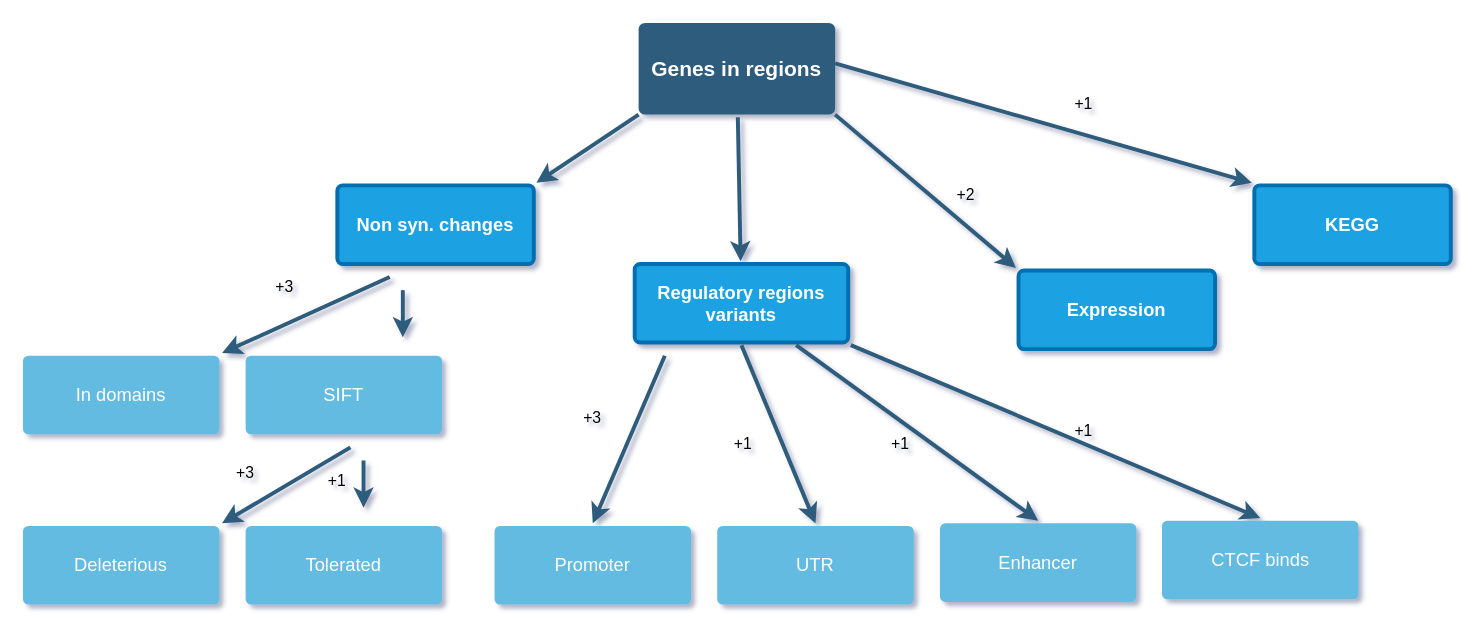
The draw.io diagram CandidateGenes/Untitled Diagram.drawio in ManuelDelpero/AIL_BFMIS1xBFMIS2, before the edit. Source tidied: cells renumbered, new cells numbered last; positions are measured from the earlier drawing's top-left corner, leaving out a move shared by most shapes. Both pictures are drawn from the tidied source at 131%, with x=0, y=0 at pixel (22, 22).
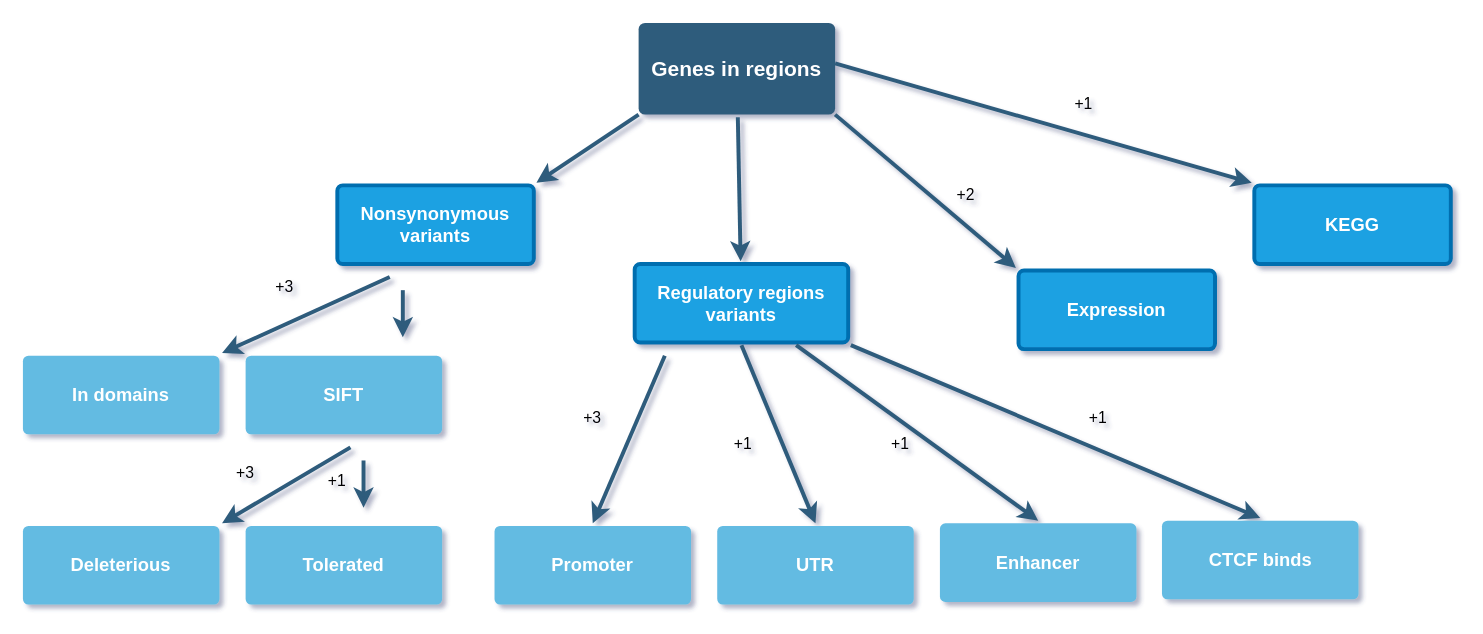
Above is the later version.

Change to the diagram source:
```diff
@@
-    <mxCell id="5" value="Non syn. changes" style="rounded=1;whiteSpace=wrap;html=1;shadow=0;labelBackgroundColor=none;strokeColor=#006EAF;strokeWidth=3;fillColor=#1ba1e2;fontFamily=Helvetica;fontSize=14;align=center;spacing=5;fontStyle=1;arcSize=7;perimeterSpacing=2;fontColor=#ffffff;" parent="1" vertex="1">
+    <mxCell id="5" value="Nonsynonymous variants" style="rounded=1;whiteSpace=wrap;html=1;shadow=0;labelBackgroundColor=none;strokeColor=#006EAF;strokeWidth=3;fillColor=#1ba1e2;fontFamily=Helvetica;fontSize=14;align=center;spacing=5;fontStyle=1;arcSize=7;perimeterSpacing=2;fontColor=#ffffff;" parent="1" vertex="1">
       <mxGeometry x="240" y="124" width="150" height="60" as="geometry" />
     </mxCell>
-    <mxCell id="6" value="In domains" style="rounded=1;whiteSpace=wrap;html=1;shadow=0;labelBackgroundColor=none;strokeColor=none;strokeWidth=3;fillColor=#64bbe2;fontFamily=Helvetica;fontSize=14;fontColor=#FFFFFF;align=center;spacing=5;arcSize=7;perimeterSpacing=2;" parent="1" vertex="1">
+    <mxCell id="6" value="&lt;b&gt;In domains&lt;/b&gt;" style="rounded=1;whiteSpace=wrap;html=1;shadow=0;labelBackgroundColor=none;strokeColor=none;strokeWidth=3;fillColor=#64bbe2;fontFamily=Helvetica;fontSize=14;fontColor=#FFFFFF;align=center;spacing=5;arcSize=7;perimeterSpacing=2;" parent="1" vertex="1">
       <mxGeometry y="254" width="150" height="60" as="geometry" />
     </mxCell>
@@
-    <mxCell id="11" value="Promoter" style="rounded=1;whiteSpace=wrap;html=1;shadow=0;labelBackgroundColor=none;strokeColor=none;strokeWidth=3;fillColor=#64bbe2;fontFamily=Helvetica;fontSize=14;fontColor=#FFFFFF;align=center;spacing=5;arcSize=7;perimeterSpacing=2;" parent="1" vertex="1">
+    <mxCell id="11" value="&lt;b&gt;Promoter&lt;/b&gt;" style="rounded=1;whiteSpace=wrap;html=1;shadow=0;labelBackgroundColor=none;strokeColor=none;strokeWidth=3;fillColor=#64bbe2;fontFamily=Helvetica;fontSize=14;fontColor=#FFFFFF;align=center;spacing=5;arcSize=7;perimeterSpacing=2;" parent="1" vertex="1">
       <mxGeometry x="360" y="384" width="150" height="60" as="geometry" />
     </mxCell>
@@
-    <mxCell id="13" value="UTR" style="rounded=1;whiteSpace=wrap;html=1;shadow=0;labelBackgroundColor=none;strokeColor=none;strokeWidth=3;fillColor=#64bbe2;fontFamily=Helvetica;fontSize=14;fontColor=#FFFFFF;align=center;spacing=5;arcSize=7;perimeterSpacing=2;" parent="1" vertex="1">
+    <mxCell id="13" value="&lt;b&gt;UTR&lt;/b&gt;" style="rounded=1;whiteSpace=wrap;html=1;shadow=0;labelBackgroundColor=none;strokeColor=none;strokeWidth=3;fillColor=#64bbe2;fontFamily=Helvetica;fontSize=14;fontColor=#FFFFFF;align=center;spacing=5;arcSize=7;perimeterSpacing=2;" parent="1" vertex="1">
       <mxGeometry x="530" y="384" width="150" height="60" as="geometry" />
     </mxCell>
-    <mxCell id="14" value="SIFT" style="rounded=1;whiteSpace=wrap;html=1;shadow=0;labelBackgroundColor=none;strokeColor=none;strokeWidth=3;fillColor=#64bbe2;fontFamily=Helvetica;fontSize=14;fontColor=#FFFFFF;align=center;spacing=5;arcSize=7;perimeterSpacing=2;" parent="1" vertex="1">
+    <mxCell id="14" value="&lt;b&gt;SIFT&lt;/b&gt;" style="rounded=1;whiteSpace=wrap;html=1;shadow=0;labelBackgroundColor=none;strokeColor=none;strokeWidth=3;fillColor=#64bbe2;fontFamily=Helvetica;fontSize=14;fontColor=#FFFFFF;align=center;spacing=5;arcSize=7;perimeterSpacing=2;" parent="1" vertex="1">
       <mxGeometry x="170" y="254" width="150" height="60" as="geometry" />
     </mxCell>
@@
-    <mxCell id="18" value="Enhancer" style="rounded=1;whiteSpace=wrap;html=1;shadow=0;labelBackgroundColor=none;strokeColor=none;strokeWidth=3;fillColor=#64bbe2;fontFamily=Helvetica;fontSize=14;fontColor=#FFFFFF;align=center;spacing=5;arcSize=7;perimeterSpacing=2;" parent="1" vertex="1">
+    <mxCell id="18" value="&lt;b&gt;Enhancer&lt;/b&gt;" style="rounded=1;whiteSpace=wrap;html=1;shadow=0;labelBackgroundColor=none;strokeColor=none;strokeWidth=3;fillColor=#64bbe2;fontFamily=Helvetica;fontSize=14;fontColor=#FFFFFF;align=center;spacing=5;arcSize=7;perimeterSpacing=2;" parent="1" vertex="1">
       <mxGeometry x="700" y="382" width="150" height="60" as="geometry" />
     </mxCell>
@@
-    <mxCell id="20" value="CTCF binds" style="rounded=1;whiteSpace=wrap;html=1;shadow=0;labelBackgroundColor=none;strokeColor=none;strokeWidth=3;fillColor=#64bbe2;fontFamily=Helvetica;fontSize=14;fontColor=#FFFFFF;align=center;spacing=5;arcSize=7;perimeterSpacing=2;" parent="1" vertex="1">
+    <mxCell id="20" value="&lt;b&gt;CTCF binds&lt;/b&gt;" style="rounded=1;whiteSpace=wrap;html=1;shadow=0;labelBackgroundColor=none;strokeColor=none;strokeWidth=3;fillColor=#64bbe2;fontFamily=Helvetica;fontSize=14;fontColor=#FFFFFF;align=center;spacing=5;arcSize=7;perimeterSpacing=2;" parent="1" vertex="1">
       <mxGeometry x="869.5" y="380" width="150" height="60" as="geometry" />
     </mxCell>
@@
-    <mxCell id="24" value="Deleterious" style="rounded=1;whiteSpace=wrap;html=1;shadow=0;labelBackgroundColor=none;strokeColor=none;strokeWidth=3;fillColor=#64bbe2;fontFamily=Helvetica;fontSize=14;fontColor=#FFFFFF;align=center;spacing=5;arcSize=7;perimeterSpacing=2;" parent="1" vertex="1">
+    <mxCell id="24" value="&lt;b&gt;Deleterious&lt;/b&gt;" style="rounded=1;whiteSpace=wrap;html=1;shadow=0;labelBackgroundColor=none;strokeColor=none;strokeWidth=3;fillColor=#64bbe2;fontFamily=Helvetica;fontSize=14;fontColor=#FFFFFF;align=center;spacing=5;arcSize=7;perimeterSpacing=2;" parent="1" vertex="1">
       <mxGeometry y="384" width="150" height="60" as="geometry" />
     </mxCell>
-    <mxCell id="25" value="Tolerated" style="rounded=1;whiteSpace=wrap;html=1;shadow=0;labelBackgroundColor=none;strokeColor=none;strokeWidth=3;fillColor=#64bbe2;fontFamily=Helvetica;fontSize=14;fontColor=#FFFFFF;align=center;spacing=5;arcSize=7;perimeterSpacing=2;" parent="1" vertex="1">
+    <mxCell id="25" value="&lt;b&gt;Tolerated&lt;/b&gt;" style="rounded=1;whiteSpace=wrap;html=1;shadow=0;labelBackgroundColor=none;strokeColor=none;strokeWidth=3;fillColor=#64bbe2;fontFamily=Helvetica;fontSize=14;fontColor=#FFFFFF;align=center;spacing=5;arcSize=7;perimeterSpacing=2;" parent="1" vertex="1">
       <mxGeometry x="170" y="384" width="150" height="60" as="geometry" />
     </mxCell>
@@
     <mxCell id="35" value="+1" style="text;html=1;strokeColor=none;fillColor=none;align=center;verticalAlign=middle;whiteSpace=wrap;rounded=0;" parent="1" vertex="1">
-      <mxGeometry x="790" y="290" width="40" height="44" as="geometry" />
+      <mxGeometry x="801" y="280" width="40" height="44" as="geometry" />
     </mxCell>
```
